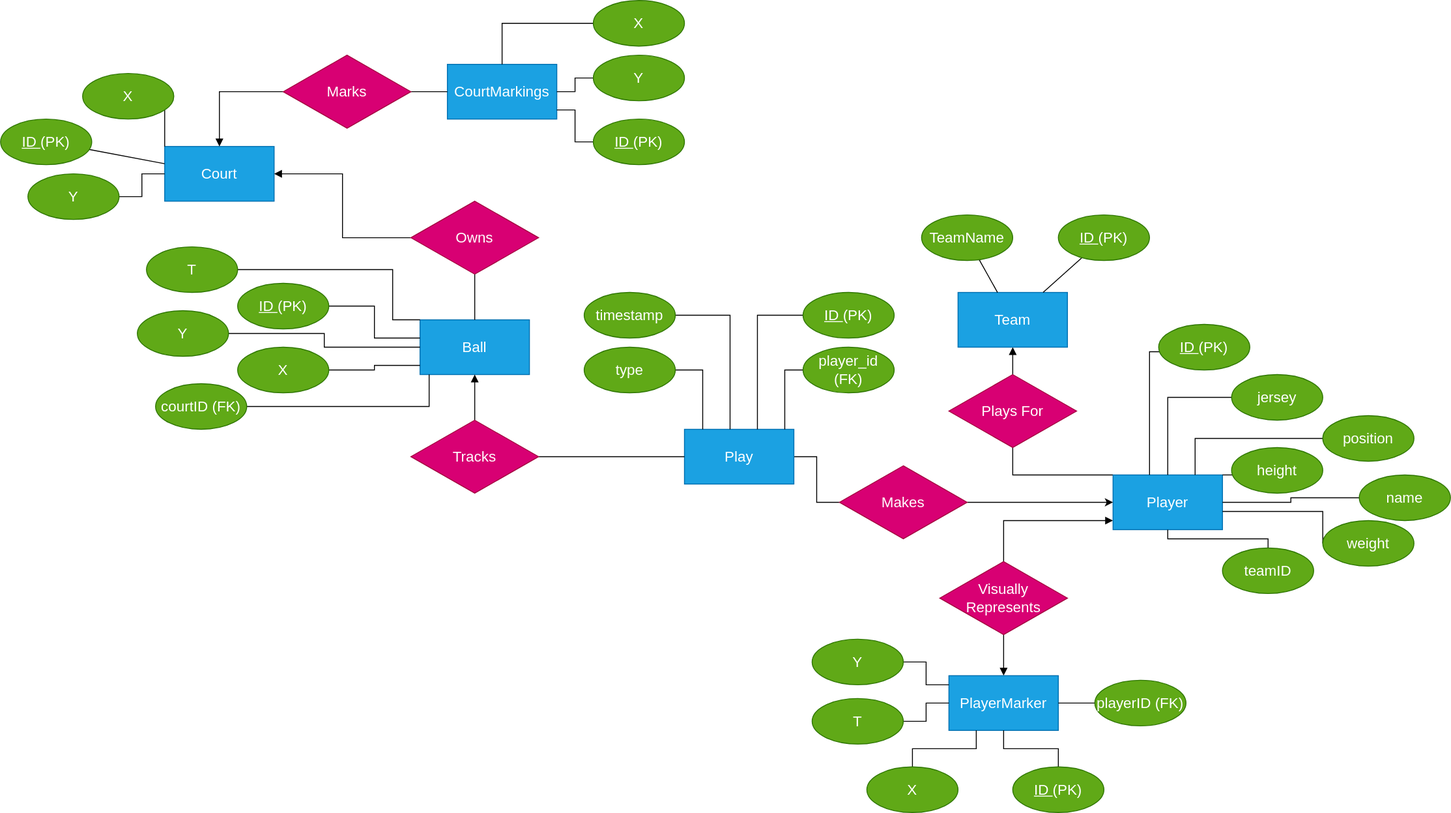
Above: ER diagram.drawio.svg in kierin-101/db-systems-final (draw.io), before the change. Source tidied: cells renumbered, new cells last; positions are measured from the earlier drawing's top-left corner, leaving out a move shared by most shapes.
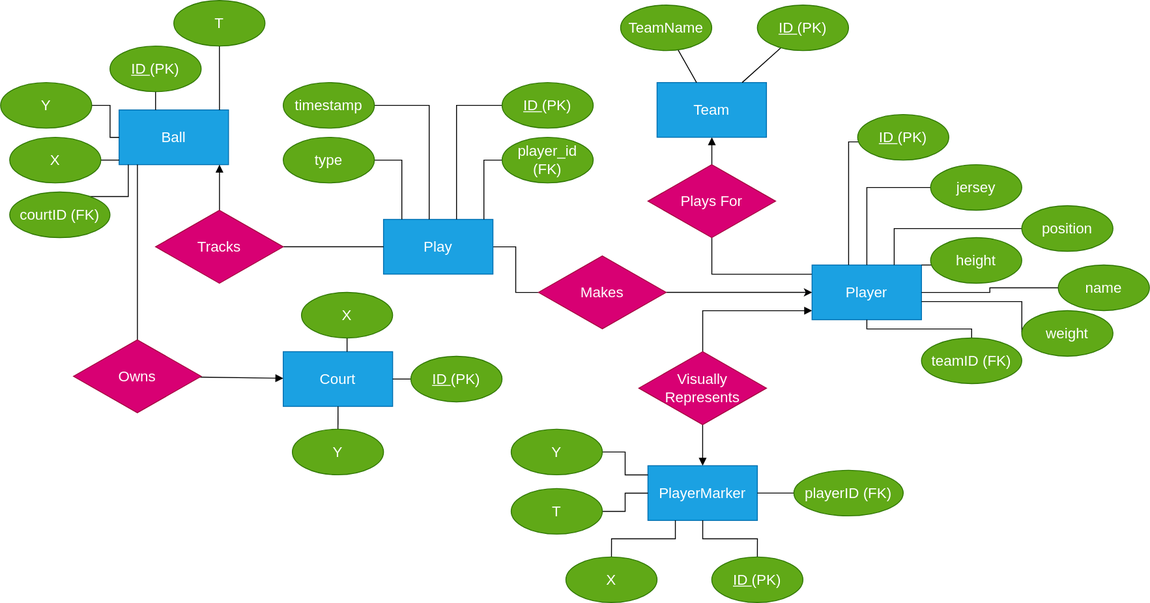
After the change.

The edit, as a diff of the source:
```diff
@@ -3,7 +3,7 @@
     <mxCell id="0" />
     <mxCell id="1" parent="0" />
     <mxCell id="2" value="&lt;font style=&quot;font-size: 16px;&quot;&gt;Court&lt;/font&gt;" style="whiteSpace=wrap;html=1;fontSize=16;fillColor=#1ba1e2;fontColor=#ffffff;strokeColor=#006EAF;" parent="1" vertex="1">
-      <mxGeometry x="180" y="160" width="120" height="60" as="geometry" />
+      <mxGeometry x="640" y="615" width="120" height="60" as="geometry" />
     </mxCell>
     <mxCell id="3" style="edgeStyle=orthogonalEdgeStyle;rounded=0;jettySize=auto;html=1;endArrow=none;endFill=0;startArrow=block;startFill=1;fontSize=16;" parent="1" edge="1" source="4" target="56">
       <mxGeometry relative="1" as="geometry" />
@@ -14,7 +14,7 @@
     <mxCell id="5" style="edgeStyle=orthogonalEdgeStyle;rounded=0;jettySize=auto;html=1;endArrow=none;endFill=0;fontSize=16;" parent="1" edge="1" source="7" target="56">
       <mxGeometry relative="1" as="geometry">
         <Array as="points">
-          <mxPoint x="1110" y="520" />
+          <mxPoint x="1110" y="530" />
         </Array>
       </mxGeometry>
     </mxCell>
@@ -34,54 +34,28 @@
     <mxCell id="9" value="PlayerMarker" style="whiteSpace=wrap;html=1;fontSize=16;fillColor=#1ba1e2;fontColor=#ffffff;strokeColor=#006EAF;" parent="1" vertex="1">
       <mxGeometry x="1040" y="740" width="120" height="60" as="geometry" />
     </mxCell>
-    <mxCell id="10" value="&lt;font style=&quot;font-size: 16px;&quot;&gt;CourtMarkings&lt;/font&gt;" style="whiteSpace=wrap;html=1;fontSize=16;fillColor=#1ba1e2;fontColor=#ffffff;strokeColor=#006EAF;" parent="1" vertex="1">
-      <mxGeometry x="490" y="70" width="120" height="60" as="geometry" />
-    </mxCell>
     <mxCell id="11" style="edgeStyle=orthogonalEdgeStyle;rounded=0;jettySize=auto;html=1;endArrow=none;endFill=0;fontSize=16;" parent="1" edge="1" source="12" target="2">
       <mxGeometry relative="1" as="geometry">
         <Array as="points">
-          <mxPoint x="180" y="115" />
+          <mxPoint x="750" y="585" />
         </Array>
       </mxGeometry>
     </mxCell>
     <mxCell id="12" value="X" style="ellipse;whiteSpace=wrap;html=1;fontSize=16;fillColor=#60a917;fontColor=#ffffff;strokeColor=#2D7600;" parent="1" vertex="1">
-      <mxGeometry x="90" y="80" width="100" height="50" as="geometry" />
+      <mxGeometry x="660" y="550" width="100" height="50" as="geometry" />
     </mxCell>
     <mxCell id="13" style="edgeStyle=orthogonalEdgeStyle;rounded=0;jettySize=auto;html=1;endArrow=none;endFill=0;fontSize=16;" parent="1" edge="1" source="14" target="2">
       <mxGeometry relative="1" as="geometry" />
     </mxCell>
     <mxCell id="14" value="Y" style="ellipse;whiteSpace=wrap;html=1;fontSize=16;fillColor=#60a917;fontColor=#ffffff;strokeColor=#2D7600;" parent="1" vertex="1">
-      <mxGeometry x="30" y="190" width="100" height="50" as="geometry" />
+      <mxGeometry x="650" y="700" width="100" height="50" as="geometry" />
     </mxCell>
     <mxCell id="15" style="edgeStyle=none;html=1;fontSize=16;endArrow=none;endFill=0;" parent="1" edge="1" source="16" target="2">
       <mxGeometry relative="1" as="geometry" />
     </mxCell>
     <mxCell id="16" value="&lt;u style=&quot;font-size: 16px;&quot;&gt;ID&lt;/u&gt; (PK)" style="ellipse;whiteSpace=wrap;html=1;fontSize=16;fillColor=#60a917;fontColor=#ffffff;strokeColor=#2D7600;" parent="1" vertex="1">
-      <mxGeometry y="130" width="100" height="50" as="geometry" />
+      <mxGeometry x="780" y="620" width="100" height="50" as="geometry" />
     </mxCell>
-    <mxCell id="17" style="edgeStyle=orthogonalEdgeStyle;rounded=0;jettySize=auto;html=1;endArrow=none;endFill=0;fontSize=16;" parent="1" edge="1" source="18" target="10">
-      <mxGeometry relative="1" as="geometry" />
-    </mxCell>
-    <mxCell id="18" value="X" style="ellipse;whiteSpace=wrap;html=1;fontSize=16;fillColor=#60a917;fontColor=#ffffff;strokeColor=#2D7600;" parent="1" vertex="1">
-      <mxGeometry x="650" width="100" height="50" as="geometry" />
-    </mxCell>
-    <mxCell id="19" style="edgeStyle=orthogonalEdgeStyle;rounded=0;jettySize=auto;html=1;endArrow=none;endFill=0;fontSize=16;" parent="1" edge="1" source="20" target="10">
-      <mxGeometry relative="1" as="geometry" />
-    </mxCell>
-    <mxCell id="20" value="Y" style="ellipse;whiteSpace=wrap;html=1;fontSize=16;fillColor=#60a917;fontColor=#ffffff;strokeColor=#2D7600;" parent="1" vertex="1">
-      <mxGeometry x="650" y="60" width="100" height="50" as="geometry" />
-    </mxCell>
-    <mxCell id="21" style="edgeStyle=orthogonalEdgeStyle;rounded=0;jettySize=auto;html=1;endArrow=none;endFill=0;fontSize=16;" parent="1" edge="1" source="22" target="10">
-      <mxGeometry relative="1" as="geometry">
-        <Array as="points">
-          <mxPoint x="630" y="155" />
-          <mxPoint x="630" y="120" />
-        </Array>
-      </mxGeometry>
-    </mxCell>
-    <mxCell id="22" value="&lt;u style=&quot;font-size: 16px;&quot;&gt;ID&lt;/u&gt; (PK)" style="ellipse;whiteSpace=wrap;html=1;fontSize=16;fillColor=#60a917;fontColor=#ffffff;strokeColor=#2D7600;" parent="1" vertex="1">
-      <mxGeometry x="650" y="130" width="100" height="50" as="geometry" />
-    </mxCell>
     <mxCell id="23" style="edgeStyle=none;html=1;fontSize=16;endArrow=none;endFill=0;" parent="1" edge="1" source="24" target="4">
       <mxGeometry relative="1" as="geometry" />
     </mxCell>
@@ -155,8 +129,8 @@
         </Array>
       </mxGeometry>
     </mxCell>
-    <mxCell id="40" value="teamID" style="ellipse;whiteSpace=wrap;html=1;fontSize=16;fillColor=#60a917;fontColor=#ffffff;strokeColor=#2D7600;" parent="1" vertex="1">
-      <mxGeometry x="1340" y="600" width="100" height="50" as="geometry" />
+    <mxCell id="40" value="teamID (FK)" style="ellipse;whiteSpace=wrap;html=1;fontSize=16;fillColor=#60a917;fontColor=#ffffff;strokeColor=#2D7600;" parent="1" vertex="1">
+      <mxGeometry x="1340" y="600" width="110" height="50" as="geometry" />
     </mxCell>
     <mxCell id="41" style="edgeStyle=orthogonalEdgeStyle;rounded=0;jettySize=auto;html=1;endArrow=none;endFill=0;fontSize=16;" parent="1" edge="1" source="42" target="9">
       <mxGeometry relative="1" as="geometry" />
@@ -187,30 +161,30 @@
     <mxCell id="48" style="edgeStyle=orthogonalEdgeStyle;rounded=0;jettySize=auto;html=1;endArrow=none;endFill=0;fontSize=16;" parent="1" edge="1" source="49" target="45">
       <mxGeometry relative="1" as="geometry">
         <Array as="points">
-          <mxPoint x="430" y="295" />
-          <mxPoint x="430" y="350" />
+          <mxPoint x="570" y="320" />
+          <mxPoint x="570" y="320" />
         </Array>
       </mxGeometry>
     </mxCell>
     <mxCell id="49" value="T" style="ellipse;whiteSpace=wrap;html=1;fontSize=16;fillColor=#60a917;fontColor=#ffffff;strokeColor=#2D7600;" parent="1" vertex="1">
-      <mxGeometry x="160" y="270" width="100" height="50" as="geometry" />
+      <mxGeometry x="520" y="230" width="100" height="50" as="geometry" />
     </mxCell>
     <mxCell id="50" style="edgeStyle=orthogonalEdgeStyle;rounded=0;jettySize=auto;html=1;endArrow=none;endFill=0;fontSize=16;" parent="1" edge="1" source="51" target="45">
       <mxGeometry relative="1" as="geometry">
         <Array as="points">
-          <mxPoint x="410" y="335" />
-          <mxPoint x="410" y="370" />
+          <mxPoint x="500" y="360" />
+          <mxPoint x="500" y="360" />
         </Array>
       </mxGeometry>
     </mxCell>
     <mxCell id="51" value="&lt;u style=&quot;font-size: 16px;&quot;&gt;ID&lt;/u&gt; (PK)" style="ellipse;whiteSpace=wrap;html=1;fontSize=16;fillColor=#60a917;fontColor=#ffffff;strokeColor=#2D7600;" parent="1" vertex="1">
-      <mxGeometry x="260" y="310" width="100" height="50" as="geometry" />
+      <mxGeometry x="450" y="280" width="100" height="50" as="geometry" />
     </mxCell>
     <mxCell id="52" style="edgeStyle=orthogonalEdgeStyle;rounded=0;jettySize=auto;html=1;endArrow=none;endFill=0;fontSize=16;" parent="1" edge="1" source="53" target="45">
       <mxGeometry relative="1" as="geometry" />
     </mxCell>
     <mxCell id="53" value="Y" style="ellipse;whiteSpace=wrap;html=1;fontSize=16;fillColor=#60a917;fontColor=#ffffff;strokeColor=#2D7600;" parent="1" vertex="1">
-      <mxGeometry x="150" y="340" width="100" height="50" as="geometry" />
+      <mxGeometry x="330" y="320" width="100" height="50" as="geometry" />
     </mxCell>
     <mxCell id="54" style="edgeStyle=orthogonalEdgeStyle;rounded=0;jettySize=auto;html=1;endArrow=none;endFill=0;fontSize=16;" parent="1" edge="1" source="55" target="45">
       <mxGeometry relative="1" as="geometry">
@@ -221,7 +195,7 @@
       </mxGeometry>
     </mxCell>
     <mxCell id="55" value="X" style="ellipse;whiteSpace=wrap;html=1;fontSize=16;fillColor=#60a917;fontColor=#ffffff;strokeColor=#2D7600;" parent="1" vertex="1">
-      <mxGeometry x="260" y="380" width="100" height="50" as="geometry" />
+      <mxGeometry x="340" y="380" width="100" height="50" as="geometry" />
     </mxCell>
     <mxCell id="56" value="Plays For" style="rhombus;whiteSpace=wrap;html=1;fontSize=16;fillColor=#d80073;fontColor=#ffffff;strokeColor=#A50040;" parent="1" vertex="1">
       <mxGeometry x="1040" y="410" width="140" height="80" as="geometry" />
@@ -290,25 +264,21 @@
       <mxGeometry relative="1" as="geometry" />
     </mxCell>
     <mxCell id="71" value="playerID (FK)" style="ellipse;whiteSpace=wrap;html=1;fontSize=16;fillColor=#60a917;fontColor=#ffffff;strokeColor=#2D7600;" parent="1" vertex="1">
-      <mxGeometry x="1200" y="745" width="100" height="50" as="geometry" />
+      <mxGeometry x="1200" y="745" width="120" height="50" as="geometry" />
     </mxCell>
-    <mxCell id="72" style="edgeStyle=orthogonalEdgeStyle;rounded=0;jettySize=auto;html=1;endArrow=none;endFill=0;fontSize=16;" parent="1" edge="1" source="74" target="10">
-      <mxGeometry relative="1" as="geometry" />
-    </mxCell>
-    <mxCell id="73" style="edgeStyle=orthogonalEdgeStyle;rounded=0;jettySize=auto;html=1;endArrow=block;endFill=1;fontSize=16;" parent="1" edge="1" source="74" target="2">
-      <mxGeometry relative="1" as="geometry" />
-    </mxCell>
-    <mxCell id="74" value="&lt;font style=&quot;font-size: 16px;&quot;&gt;Marks&lt;/font&gt;" style="rhombus;whiteSpace=wrap;html=1;fontSize=16;fillColor=#d80073;fontColor=#ffffff;strokeColor=#A50040;" parent="1" vertex="1">
-      <mxGeometry x="310" y="60" width="140" height="80" as="geometry" />
-    </mxCell>
     <mxCell id="75" style="edgeStyle=orthogonalEdgeStyle;rounded=0;jettySize=auto;html=1;endArrow=none;endFill=0;fontSize=16;" parent="1" edge="1" source="77" target="61">
       <mxGeometry relative="1" as="geometry" />
     </mxCell>
     <mxCell id="76" style="edgeStyle=orthogonalEdgeStyle;rounded=0;jettySize=auto;html=1;endArrow=block;endFill=1;fontSize=16;" parent="1" edge="1" source="77" target="45">
-      <mxGeometry relative="1" as="geometry" />
+      <mxGeometry relative="1" as="geometry">
+        <Array as="points">
+          <mxPoint x="570" y="450" />
+          <mxPoint x="570" y="450" />
+        </Array>
+      </mxGeometry>
     </mxCell>
     <mxCell id="77" value="Tracks" style="rhombus;whiteSpace=wrap;html=1;fontSize=16;fillColor=#d80073;fontColor=#ffffff;strokeColor=#A50040;" parent="1" vertex="1">
-      <mxGeometry x="450" y="460" width="140" height="80" as="geometry" />
+      <mxGeometry x="500" y="460" width="140" height="80" as="geometry" />
     </mxCell>
     <mxCell id="78" style="edgeStyle=orthogonalEdgeStyle;rounded=0;hachureGap=4;jettySize=auto;html=1;exitX=1;exitY=0.5;exitDx=0;exitDy=0;fontFamily=Architects Daughter;fontSource=https%3A%2F%2Ffonts.googleapis.com%2Fcss%3Ffamily%3DArchitects%2BDaughter;strokeColor=default;fontSize=16;" parent="1" edge="1" source="79" target="7">
       <mxGeometry relative="1" as="geometry" />
@@ -317,13 +287,18 @@
       <mxGeometry x="920" y="510" width="140" height="80" as="geometry" />
     </mxCell>
     <mxCell id="80" style="edgeStyle=orthogonalEdgeStyle;rounded=0;jettySize=auto;html=1;endArrow=none;endFill=0;fontSize=16;" parent="1" edge="1" source="82" target="45">
-      <mxGeometry relative="1" as="geometry" />
+      <mxGeometry relative="1" as="geometry">
+        <Array as="points">
+          <mxPoint x="480" y="530" />
+          <mxPoint x="480" y="530" />
+        </Array>
+      </mxGeometry>
     </mxCell>
-    <mxCell id="81" style="edgeStyle=orthogonalEdgeStyle;rounded=0;jettySize=auto;html=1;endArrow=block;endFill=1;fontSize=16;" parent="1" edge="1" source="82" target="2">
+    <mxCell id="81" style="edgeStyle=none;html=1;endArrow=block;endFill=1;" parent="1" edge="1" source="82" target="2">
       <mxGeometry relative="1" as="geometry" />
     </mxCell>
     <mxCell id="82" value="Owns" style="rhombus;whiteSpace=wrap;html=1;fontSize=16;fillColor=#d80073;fontColor=#ffffff;strokeColor=#A50040;" parent="1" vertex="1">
-      <mxGeometry x="450" y="220" width="140" height="80" as="geometry" />
+      <mxGeometry x="410" y="602" width="140" height="80" as="geometry" />
     </mxCell>
     <mxCell id="83" style="edgeStyle=orthogonalEdgeStyle;rounded=0;jettySize=auto;html=1;endArrow=none;endFill=0;fontSize=16;" parent="1" edge="1" source="84" target="45">
       <mxGeometry relative="1" as="geometry">
@@ -333,7 +308,7 @@
       </mxGeometry>
     </mxCell>
     <mxCell id="84" value="courtID (FK)" style="ellipse;whiteSpace=wrap;html=1;fontSize=16;fillColor=#60a917;fontColor=#ffffff;strokeColor=#2D7600;" parent="1" vertex="1">
-      <mxGeometry x="170" y="420" width="100" height="50" as="geometry" />
+      <mxGeometry x="340" y="440" width="110" height="50" as="geometry" />
     </mxCell>
   </root>
 </mxGraphModel>
```
